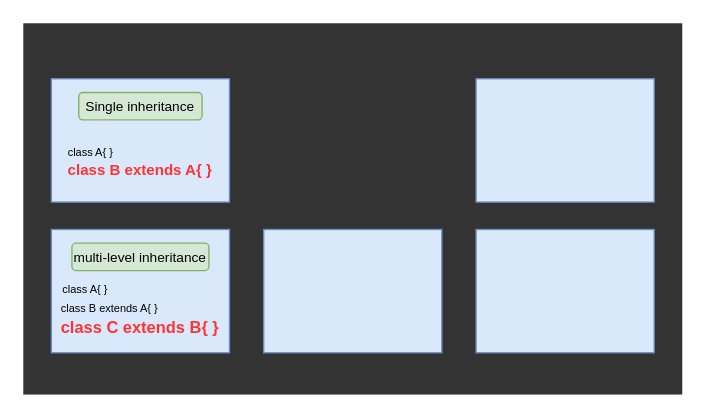
This is Inheritance.drawio from PavanKoppana/blueprints, a draw.io file, before an edit. Source tidied: cells renumbered, new cells numbered last; positions are measured from the earlier drawing's top-left corner, leaving out a move shared by most shapes. Both pictures are drawn from the tidied source at 137%, with x=0, y=0 at pixel (23, 23).
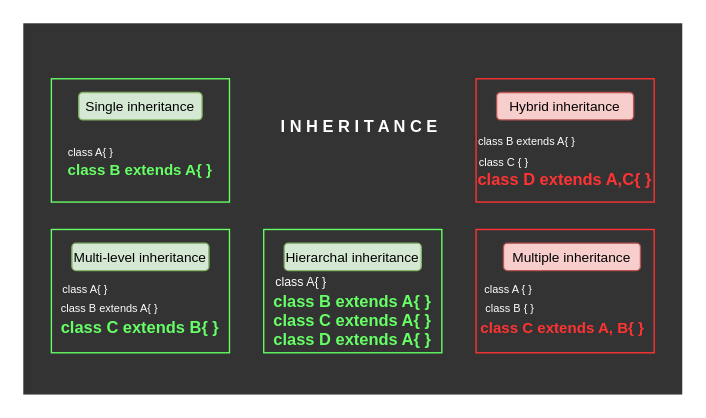
After the change.

What changed in the source:
```diff
@@
 <mxGraphModel>
   <root>
     <mxCell id="0" />
     <mxCell id="1" parent="0" />
     <mxCell id="2" style="rounded=0;whiteSpace=wrap;html=1;fillColor=#333333;strokeColor=#333333;" parent="1" vertex="1">
       <mxGeometry width="480" height="270" as="geometry" />
     </mxCell>
-    <mxCell id="3" value="&lt;br&gt;&lt;div&gt;&lt;font style=&quot;font-size: 9px;&quot;&gt;&lt;br&gt;&lt;/font&gt;&lt;/div&gt;&lt;div&gt;&lt;font style=&quot;font-size: 8px;&quot;&gt;class A{ }&amp;nbsp;&lt;/font&gt;&lt;font style=&quot;font-size: 9px;&quot;&gt;&amp;nbsp; &amp;nbsp; &amp;nbsp; &amp;nbsp; &amp;nbsp; &amp;nbsp; &amp;nbsp; &amp;nbsp; &amp;nbsp; &amp;nbsp; &amp;nbsp; &amp;nbsp; &amp;nbsp; &amp;nbsp;&amp;nbsp;&lt;/font&gt;&lt;font style=&quot;font-size: 11px;&quot;&gt;&lt;b&gt;&lt;br&gt;&lt;font style=&quot;color: rgb(255, 51, 51);&quot;&gt;class B extends A{ }&lt;/font&gt;&lt;/b&gt;&lt;/font&gt;&lt;/div&gt;" style="rounded=0;whiteSpace=wrap;html=1;fillColor=#dae8fc;strokeColor=#6c8ebf;" parent="1" vertex="1">
+    <mxCell id="3" value="&lt;br&gt;&lt;div&gt;&lt;font style=&quot;font-size: 9px;&quot;&gt;&lt;br&gt;&lt;/font&gt;&lt;/div&gt;&lt;div&gt;&lt;font style=&quot;font-size: 8px; color: rgb(255, 255, 255);&quot;&gt;class A{ }&amp;nbsp;&lt;/font&gt;&lt;font style=&quot;font-size: 9px;&quot;&gt;&amp;nbsp; &amp;nbsp; &amp;nbsp; &amp;nbsp; &amp;nbsp; &amp;nbsp; &amp;nbsp; &amp;nbsp; &amp;nbsp; &amp;nbsp; &amp;nbsp; &amp;nbsp; &amp;nbsp; &amp;nbsp;&amp;nbsp;&lt;/font&gt;&lt;font style=&quot;font-size: 11px;&quot;&gt;&lt;b&gt;&lt;br&gt;&lt;font style=&quot;color: rgb(102, 255, 102);&quot;&gt;class B extends A{ }&lt;/font&gt;&lt;/b&gt;&lt;/font&gt;&lt;/div&gt;" style="rounded=0;whiteSpace=wrap;html=1;fillColor=#333333;strokeColor=#66FF66;" parent="1" vertex="1">
       <mxGeometry x="20" y="40" width="130" height="90" as="geometry" />
     </mxCell>
-    <mxCell id="4" style="rounded=0;whiteSpace=wrap;html=1;fillColor=#dae8fc;strokeColor=#6c8ebf;" parent="1" vertex="1">
+    <mxCell id="4" value="&lt;div&gt;&lt;br&gt;&lt;/div&gt;&lt;div&gt;&lt;br&gt;&lt;/div&gt;&lt;font style=&quot;font-size: 9px;&quot;&gt;&lt;font style=&quot;color: rgb(255, 255, 255);&quot;&gt;class A{ }&amp;nbsp; &amp;nbsp;&lt;/font&gt; &amp;nbsp; &amp;nbsp; &amp;nbsp; &amp;nbsp; &amp;nbsp; &amp;nbsp; &amp;nbsp; &amp;nbsp; &amp;nbsp; &amp;nbsp; &amp;nbsp; &amp;nbsp; &amp;nbsp;&amp;nbsp;&lt;/font&gt;&lt;div&gt;&lt;b&gt;&lt;font style=&quot;color: rgb(102, 255, 102);&quot;&gt;class B extends A{ }&lt;/font&gt;&lt;/b&gt;&lt;/div&gt;&lt;div&gt;&lt;b&gt;&lt;font style=&quot;color: rgb(102, 255, 102);&quot;&gt;class C extends A{ }&lt;/font&gt;&lt;/b&gt;&lt;/div&gt;&lt;div&gt;&lt;b&gt;&lt;font style=&quot;color: rgb(102, 255, 102);&quot;&gt;class D extends A{ }&lt;/font&gt;&lt;/b&gt;&lt;/div&gt;" style="rounded=0;whiteSpace=wrap;html=1;fillColor=#333333;strokeColor=#66FF66;" parent="1" vertex="1">
       <mxGeometry x="175" y="150" width="130" height="90" as="geometry" />
     </mxCell>
-    <mxCell id="5" style="rounded=0;whiteSpace=wrap;html=1;fillColor=#dae8fc;strokeColor=#6c8ebf;" parent="1" vertex="1">
+    <mxCell id="5" value="&lt;div&gt;&lt;br&gt;&lt;/div&gt;&lt;div&gt;&lt;br&gt;&lt;/div&gt;&lt;font style=&quot;font-size: 8px; color: rgb(255, 255, 255);&quot;&gt;class B extends A{ }&amp;nbsp; &amp;nbsp; &amp;nbsp; &amp;nbsp; &amp;nbsp; &amp;nbsp; &amp;nbsp; &amp;nbsp; &amp;nbsp; &amp;nbsp; &amp;nbsp; &amp;nbsp; &amp;nbsp;&lt;/font&gt;&lt;div&gt;&lt;font&gt;&lt;font style=&quot;font-size: 8px; color: rgb(255, 255, 255);&quot;&gt;class C { }&amp;nbsp; &amp;nbsp; &amp;nbsp; &amp;nbsp; &amp;nbsp; &amp;nbsp; &amp;nbsp; &amp;nbsp; &amp;nbsp; &amp;nbsp; &amp;nbsp; &amp;nbsp; &amp;nbsp; &amp;nbsp; &amp;nbsp; &amp;nbsp; &amp;nbsp; &amp;nbsp; &amp;nbsp; &amp;nbsp;&amp;nbsp;&lt;br&gt;&lt;/font&gt;&lt;b style=&quot;color: light-dark(rgb(255, 51, 51), rgb(255, 119, 119));&quot;&gt;class D extends A,C{ }&lt;/b&gt;&lt;/font&gt;&lt;/div&gt;" style="rounded=0;whiteSpace=wrap;html=1;fillColor=#333333;strokeColor=#FF3333;" parent="1" vertex="1">
       <mxGeometry x="330" y="40" width="130" height="90" as="geometry" />
     </mxCell>
-    <mxCell id="6" value="&lt;div&gt;&lt;font style=&quot;&quot;&gt;&lt;font style=&quot;font-size: 10px;&quot;&gt;&lt;br&gt;&lt;/font&gt;&lt;/font&gt;&lt;/div&gt;&lt;font style=&quot;&quot;&gt;&lt;font style=&quot;&quot;&gt;&lt;div style=&quot;font-size: 10px;&quot;&gt;&lt;span style=&quot;font-size: 8px; background-color: transparent; color: light-dark(rgb(0, 0, 0), rgb(255, 255, 255));&quot;&gt;&lt;br&gt;class A{ }&amp;nbsp; &amp;nbsp; &amp;nbsp; &amp;nbsp; &amp;nbsp; &amp;nbsp; &amp;nbsp; &amp;nbsp; &amp;nbsp; &amp;nbsp; &amp;nbsp; &amp;nbsp; &amp;nbsp; &amp;nbsp; &amp;nbsp; &amp;nbsp; &amp;nbsp; &amp;nbsp;&amp;nbsp;&lt;/span&gt;&lt;/div&gt;&lt;/font&gt;&lt;font style=&quot;font-size: 8px;&quot;&gt;&lt;font style=&quot;&quot;&gt;class B extends A{ }&amp;nbsp; &amp;nbsp; &amp;nbsp; &amp;nbsp; &amp;nbsp; &amp;nbsp; &amp;nbsp; &amp;nbsp; &amp;nbsp; &amp;nbsp;&amp;nbsp;&lt;/font&gt;&lt;/font&gt;&lt;br&gt;&lt;font style=&quot;color: rgb(255, 51, 51);&quot;&gt;&lt;b&gt;class C extends B{ }&lt;/b&gt;&lt;/font&gt;&lt;/font&gt;" style="rounded=0;whiteSpace=wrap;html=1;fillColor=#dae8fc;strokeColor=#6c8ebf;" parent="1" vertex="1">
+    <mxCell id="6" value="&lt;div&gt;&lt;font style=&quot;&quot;&gt;&lt;font style=&quot;font-size: 10px;&quot;&gt;&lt;br&gt;&lt;/font&gt;&lt;/font&gt;&lt;/div&gt;&lt;font style=&quot;&quot;&gt;&lt;font style=&quot;&quot;&gt;&lt;div style=&quot;font-size: 10px;&quot;&gt;&lt;span style=&quot;font-size: 8px; background-color: transparent;&quot;&gt;&lt;br&gt;&lt;font style=&quot;color: rgb(255, 255, 255);&quot;&gt;class A{ }&amp;nbsp; &amp;nbsp; &amp;nbsp; &amp;nbsp; &amp;nbsp; &amp;nbsp; &amp;nbsp; &amp;nbsp; &amp;nbsp; &amp;nbsp; &amp;nbsp; &amp;nbsp; &amp;nbsp; &amp;nbsp; &amp;nbsp; &amp;nbsp; &amp;nbsp; &amp;nbsp;&amp;nbsp;&lt;/font&gt;&lt;/span&gt;&lt;/div&gt;&lt;/font&gt;&lt;font style=&quot;font-size: 8px;&quot;&gt;&lt;font style=&quot;&quot;&gt;&lt;font style=&quot;color: rgb(255, 255, 255);&quot;&gt;class B extends A{ }&amp;nbsp;&lt;/font&gt; &amp;nbsp; &amp;nbsp; &amp;nbsp; &amp;nbsp; &amp;nbsp; &amp;nbsp; &amp;nbsp; &amp;nbsp; &amp;nbsp;&amp;nbsp;&lt;/font&gt;&lt;/font&gt;&lt;br&gt;&lt;font style=&quot;color: rgb(102, 255, 102);&quot;&gt;&lt;b style=&quot;&quot;&gt;class C extends B{ }&lt;/b&gt;&lt;/font&gt;&lt;/font&gt;" style="rounded=0;whiteSpace=wrap;html=1;fillColor=#333333;strokeColor=#66FF66;" parent="1" vertex="1">
       <mxGeometry x="20" y="150" width="130" height="90" as="geometry" />
     </mxCell>
-    <mxCell id="7" style="rounded=0;whiteSpace=wrap;html=1;fillColor=#dae8fc;strokeColor=#6c8ebf;" parent="1" vertex="1">
+    <mxCell id="7" value="&lt;div&gt;&lt;br&gt;&lt;/div&gt;&lt;div&gt;&lt;br&gt;&lt;/div&gt;&lt;font style=&quot;font-size: 8px; color: rgb(255, 255, 255);&quot;&gt;&lt;div&gt;&lt;font style=&quot;font-size: 8px; color: rgb(255, 255, 255);&quot;&gt;&lt;br&gt;&lt;/font&gt;&lt;/div&gt;class A { }&amp;nbsp; &amp;nbsp; &amp;nbsp; &amp;nbsp; &amp;nbsp; &amp;nbsp; &amp;nbsp; &amp;nbsp; &amp;nbsp; &amp;nbsp; &amp;nbsp; &amp;nbsp; &amp;nbsp; &amp;nbsp; &amp;nbsp; &amp;nbsp; &amp;nbsp; &amp;nbsp; &amp;nbsp;&lt;/font&gt;&lt;div&gt;&lt;font style=&quot;font-size: 8px; color: rgb(255, 255, 255);&quot;&gt;class B { }&amp;nbsp; &amp;nbsp; &amp;nbsp; &amp;nbsp; &amp;nbsp; &amp;nbsp; &amp;nbsp; &amp;nbsp; &amp;nbsp; &amp;nbsp; &amp;nbsp; &amp;nbsp; &amp;nbsp; &amp;nbsp; &amp;nbsp; &amp;nbsp; &amp;nbsp; &amp;nbsp;&amp;nbsp;&lt;/font&gt;&lt;/div&gt;&lt;div&gt;&lt;b style=&quot;background-color: transparent;&quot;&gt;&lt;font style=&quot;font-size: 11px; color: light-dark(rgb(255, 51, 51), rgb(255, 255, 255));&quot;&gt;class C extends A, B{ }&lt;/font&gt;&lt;font style=&quot;color: light-dark(rgb(255, 51, 51), rgb(255, 255, 255));&quot;&gt;&amp;nbsp; &amp;nbsp; &amp;nbsp; &amp;nbsp; &amp;nbsp; &amp;nbsp; &amp;nbsp; &amp;nbsp; &amp;nbsp; &amp;nbsp; &amp;nbsp; &amp;nbsp; &amp;nbsp; &amp;nbsp; &amp;nbsp; &amp;nbsp; &amp;nbsp; &amp;nbsp;&amp;nbsp;&lt;/font&gt;&lt;/b&gt;&lt;/div&gt;" style="rounded=0;whiteSpace=wrap;html=1;fillColor=#333333;strokeColor=#FF3333;" parent="1" vertex="1">
       <mxGeometry x="330" y="150" width="130" height="90" as="geometry" />
     </mxCell>
     <mxCell id="8" value="&lt;font style=&quot;font-size: 10px;&quot;&gt;Single inheritance&lt;/font&gt;" style="rounded=1;whiteSpace=wrap;html=1;fillColor=#d5e8d4;strokeColor=#82b366;" parent="1" vertex="1">
       <mxGeometry x="40" y="50" width="90" height="20" as="geometry" />
     </mxCell>
-    <mxCell id="9" value="&lt;span style=&quot;font-size: 10px;&quot;&gt;multi-level inheritance&lt;/span&gt;" style="rounded=1;whiteSpace=wrap;html=1;fillColor=#d5e8d4;strokeColor=#82b366;" parent="1" vertex="1">
+    <mxCell id="9" value="&lt;span style=&quot;font-size: 10px;&quot;&gt;Multi-level inheritance&lt;/span&gt;" style="rounded=1;whiteSpace=wrap;html=1;fillColor=#d5e8d4;strokeColor=#82b366;" parent="1" vertex="1">
       <mxGeometry x="35" y="160" width="100" height="20" as="geometry" />
     </mxCell>
+    <mxCell id="10" value="&lt;span style=&quot;font-size: 10px;&quot;&gt;Hierarchal inheritance&lt;/span&gt;" style="rounded=1;whiteSpace=wrap;html=1;fillColor=#d5e8d4;strokeColor=#82b366;" parent="1" vertex="1">
+      <mxGeometry x="190" y="160" width="100" height="20" as="geometry" />
+    </mxCell>
+    <mxCell id="11" value="&lt;span style=&quot;font-size: 10px;&quot;&gt;Multiple inheritance&lt;/span&gt;" style="rounded=1;whiteSpace=wrap;html=1;fillColor=#f8cecc;strokeColor=#b85450;" parent="1" vertex="1">
+      <mxGeometry x="350" y="160" width="100" height="20" as="geometry" />
+    </mxCell>
+    <mxCell id="12" value="&lt;span style=&quot;font-size: 10px;&quot;&gt;Hybrid inheritance&lt;/span&gt;" style="rounded=1;whiteSpace=wrap;html=1;fillColor=#f8cecc;strokeColor=#b85450;" parent="1" vertex="1">
+      <mxGeometry x="345" y="50" width="100" height="20" as="geometry" />
+    </mxCell>
+    <mxCell id="13" value="&lt;b&gt;&lt;font style=&quot;color: rgb(255, 255, 255);&quot;&gt;&lt;font style=&quot;&quot;&gt;I N H E R I T A &lt;/font&gt;&lt;font style=&quot;&quot;&gt;N C E&lt;/font&gt;&lt;/font&gt;&lt;/b&gt;" style="text;html=1;align=center;verticalAlign=middle;whiteSpace=wrap;rounded=0;" parent="1" vertex="1">
+      <mxGeometry x="160" y="60" width="170" height="30" as="geometry" />
+    </mxCell>
   </root>
 </mxGraphModel>
```
